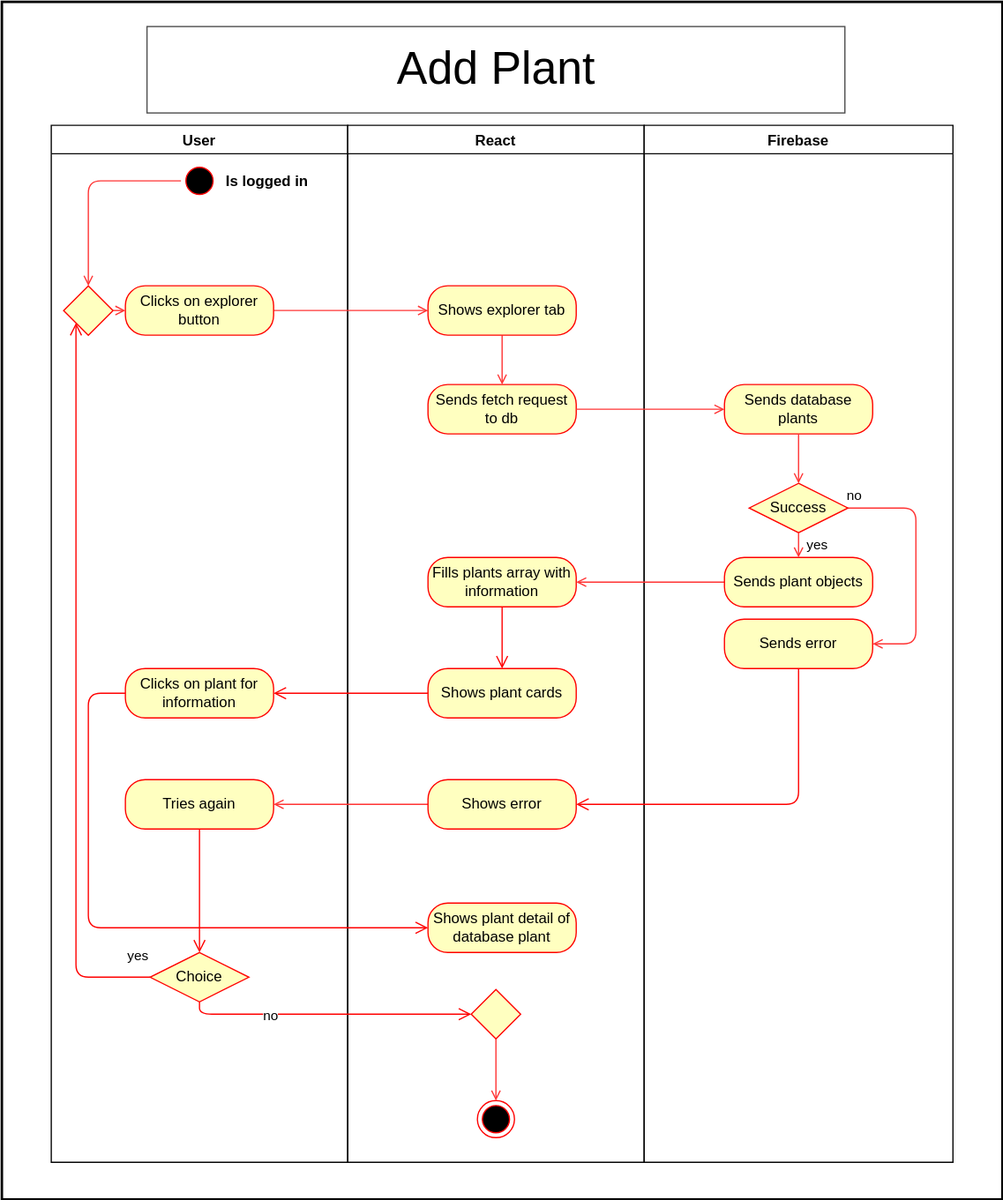
Above: docs/assets/svg/useCaseDiagrams/explorePlants.drawio.svg in Green-Fingers-App/gardeningApp (draw.io), before the change. Source tidied: cells renumbered, new cells last; positions are measured from the earlier drawing's top-left corner, leaving out a move shared by most shapes. The source it was exported from:
```xml
<mxGraphModel>
  <root>
    <mxCell id="0" />
    <mxCell id="1" parent="0" />
    <mxCell id="2" style="rounded=0;whiteSpace=wrap;html=1;strokeColor=#000000;fillColor=#FFFFFF;strokeWidth=2;" parent="1" vertex="1">
      <mxGeometry width="810" height="970" as="geometry" />
    </mxCell>
    <mxCell id="3" value="User" style="swimlane;strokeColor=#050505;fillColor=#FFFFFF;fontColor=#000000;" parent="1" vertex="1">
      <mxGeometry x="40" y="100" width="240" height="840" as="geometry" />
    </mxCell>
    <mxCell id="4" style="ellipse;html=1;shape=startState;fillColor=#000000;strokeColor=#ff0000;fontColor=#050505;" parent="3" vertex="1">
      <mxGeometry x="105" y="30" width="30" height="30" as="geometry" />
    </mxCell>
    <mxCell id="5" value="Is logged in" style="text;align=center;fontStyle=1;verticalAlign=middle;spacingLeft=3;spacingRight=3;strokeColor=none;" parent="3" vertex="1">
      <mxGeometry x="135" y="32" width="80" height="26" as="geometry" />
    </mxCell>
    <mxCell id="6" style="rhombus;whiteSpace=wrap;html=1;fillColor=#ffffc0;strokeColor=#ff0000;" parent="3" vertex="1">
      <mxGeometry x="10" y="130" width="40" height="40" as="geometry" />
    </mxCell>
    <mxCell id="7" value="Clicks on plant for information" style="rounded=1;whiteSpace=wrap;html=1;arcSize=40;fontColor=#000000;fillColor=#ffffc0;strokeColor=#ff0000;" parent="3" vertex="1">
      <mxGeometry x="60" y="440" width="120" height="40" as="geometry" />
    </mxCell>
    <mxCell id="8" style="edgeStyle=none;html=1;entryX=0.5;entryY=0;entryDx=0;entryDy=0;strokeColor=#FF3333;endArrow=open;endFill=0;" parent="3" edge="1" source="4" target="6">
      <mxGeometry relative="1" as="geometry">
        <Array as="points">
          <mxPoint x="30" y="45" />
        </Array>
      </mxGeometry>
    </mxCell>
    <mxCell id="9" value="React" style="swimlane;strokeColor=#050505;fillColor=#FFFFFF;fontColor=#050505;startSize=23;" parent="1" vertex="1">
      <mxGeometry x="280" y="100" width="240" height="840" as="geometry" />
    </mxCell>
    <mxCell id="10" style="rounded=0;whiteSpace=wrap;html=1;strokeColor=#FFFFFF;fillColor=#FFFFFF;" parent="9" vertex="1">
      <mxGeometry x="30" y="80" width="120" height="60" as="geometry" />
    </mxCell>
    <mxCell id="11" style="ellipse;html=1;shape=endState;fillColor=#000000;strokeColor=#ff0000;fontColor=#050505;" parent="9" vertex="1">
      <mxGeometry x="105" y="790" width="30" height="30" as="geometry" />
    </mxCell>
    <mxCell id="12" value="Sends fetch request to db" style="rounded=1;whiteSpace=wrap;html=1;arcSize=40;fontColor=#000000;fillColor=#ffffc0;strokeColor=#ff0000;" parent="9" vertex="1">
      <mxGeometry x="65" y="210" width="120" height="40" as="geometry" />
    </mxCell>
    <mxCell id="13" value="Shows plant cards" style="rounded=1;whiteSpace=wrap;html=1;arcSize=40;fontColor=#000000;fillColor=#ffffc0;strokeColor=#ff0000;" parent="9" vertex="1">
      <mxGeometry x="65" y="440" width="120" height="40" as="geometry" />
    </mxCell>
    <mxCell id="14" value="Shows plant detail of database plant" style="rounded=1;whiteSpace=wrap;html=1;arcSize=40;fontColor=#000000;fillColor=#ffffc0;strokeColor=#ff0000;" parent="9" vertex="1">
      <mxGeometry x="65" y="630" width="120" height="40" as="geometry" />
    </mxCell>
    <mxCell id="15" value="Fills plants array with information" style="rounded=1;whiteSpace=wrap;html=1;arcSize=40;fontColor=#000000;fillColor=#ffffc0;strokeColor=#ff0000;" parent="9" vertex="1">
      <mxGeometry x="65" y="350" width="120" height="40" as="geometry" />
    </mxCell>
    <mxCell id="16" style="edgeStyle=orthogonalEdgeStyle;html=1;verticalAlign=bottom;endArrow=open;endSize=8;strokeColor=#ff0000;" parent="9" edge="1" source="15" target="13">
      <mxGeometry relative="1" as="geometry" />
    </mxCell>
    <mxCell id="17" style="edgeStyle=none;html=1;strokeColor=#FF3333;endArrow=open;endFill=0;" parent="9" edge="1" source="18" target="11">
      <mxGeometry relative="1" as="geometry" />
    </mxCell>
    <mxCell id="18" style="rhombus;whiteSpace=wrap;html=1;fillColor=#ffffc0;strokeColor=#ff0000;" parent="9" vertex="1">
      <mxGeometry x="100" y="700" width="40" height="40" as="geometry" />
    </mxCell>
    <mxCell id="19" value="Firebase" style="swimlane;strokeColor=#050505;fillColor=#FFFFFF;fontColor=#050505;" parent="1" vertex="1">
      <mxGeometry x="520" y="100" width="250" height="840" as="geometry" />
    </mxCell>
    <mxCell id="20" value="Sends database plants" style="rounded=1;whiteSpace=wrap;html=1;arcSize=40;fontColor=#000000;fillColor=#ffffc0;strokeColor=#ff0000;" parent="19" vertex="1">
      <mxGeometry x="65" y="210" width="120" height="40" as="geometry" />
    </mxCell>
    <mxCell id="21" value="no" style="edgeStyle=none;html=1;entryX=1;entryY=0.5;entryDx=0;entryDy=0;strokeColor=#FF3333;endArrow=open;endFill=0;" parent="19" edge="1" source="22" target="24">
      <mxGeometry x="-0.95" y="10" relative="1" as="geometry">
        <Array as="points">
          <mxPoint x="220" y="310" />
          <mxPoint x="220" y="420" />
        </Array>
      </mxGeometry>
    </mxCell>
    <mxCell id="22" value="Success" style="rhombus;whiteSpace=wrap;html=1;fillColor=#ffffc0;strokeColor=#ff0000;" parent="19" vertex="1">
      <mxGeometry x="85" y="290" width="80" height="40" as="geometry" />
    </mxCell>
    <mxCell id="23" style="edgeStyle=none;html=1;strokeColor=#FF3333;endArrow=open;endFill=0;" parent="19" edge="1" source="20" target="22">
      <mxGeometry relative="1" as="geometry" />
    </mxCell>
    <mxCell id="24" value="Sends error" style="rounded=1;whiteSpace=wrap;html=1;arcSize=40;fontColor=#000000;fillColor=#ffffc0;strokeColor=#ff0000;" parent="19" vertex="1">
      <mxGeometry x="65" y="400" width="120" height="40" as="geometry" />
    </mxCell>
    <mxCell id="25" value="&lt;font style=&quot;background-color: rgb(255, 255, 255); font-size: 37px;&quot; color=&quot;#000000&quot;&gt;Add Plant&lt;/font&gt;" style="rounded=0;whiteSpace=wrap;html=1;fillColor=#FFFFFF;strokeColor=#4D4D4D;" parent="1" vertex="1">
      <mxGeometry x="117.5" y="20" width="565" height="70" as="geometry" />
    </mxCell>
    <mxCell id="26" style="edgeStyle=none;html=1;strokeColor=#FF3333;endArrow=open;endFill=0;" parent="1" edge="1" source="27" target="29">
      <mxGeometry relative="1" as="geometry" />
    </mxCell>
    <mxCell id="27" value="Clicks on explorer button" style="rounded=1;whiteSpace=wrap;html=1;arcSize=40;fontColor=#000000;fillColor=#ffffc0;strokeColor=#ff0000;" parent="1" vertex="1">
      <mxGeometry x="100" y="230" width="120" height="40" as="geometry" />
    </mxCell>
    <mxCell id="28" style="edgeStyle=none;html=1;strokeColor=#FF3333;endArrow=open;endFill=0;" parent="1" edge="1" source="29" target="12">
      <mxGeometry relative="1" as="geometry" />
    </mxCell>
    <mxCell id="29" value="Shows explorer tab" style="rounded=1;whiteSpace=wrap;html=1;arcSize=40;fontColor=#000000;fillColor=#ffffc0;strokeColor=#ff0000;" parent="1" vertex="1">
      <mxGeometry x="345" y="230" width="120" height="40" as="geometry" />
    </mxCell>
    <mxCell id="30" style="edgeStyle=none;html=1;strokeColor=#FF3333;endArrow=open;endFill=0;" parent="1" edge="1" source="12" target="20">
      <mxGeometry relative="1" as="geometry" />
    </mxCell>
    <mxCell id="31" style="edgeStyle=orthogonalEdgeStyle;html=1;verticalAlign=bottom;endArrow=open;endSize=8;strokeColor=#ff0000;entryX=1;entryY=0.5;entryDx=0;entryDy=0;" parent="1" edge="1" source="13" target="7">
      <mxGeometry relative="1" as="geometry">
        <Array as="points">
          <mxPoint x="410" y="560" />
        </Array>
      </mxGeometry>
    </mxCell>
    <mxCell id="32" style="edgeStyle=orthogonalEdgeStyle;html=1;verticalAlign=bottom;endArrow=open;endSize=8;strokeColor=#ff0000;entryX=0;entryY=0.5;entryDx=0;entryDy=0;" parent="1" edge="1" source="7" target="14">
      <mxGeometry relative="1" as="geometry">
        <Array as="points">
          <mxPoint x="70" y="560" />
          <mxPoint x="70" y="750" />
        </Array>
      </mxGeometry>
    </mxCell>
    <mxCell id="33" style="edgeStyle=none;html=1;entryX=1;entryY=0.5;entryDx=0;entryDy=0;strokeColor=#FF3333;endArrow=open;endFill=0;" parent="1" edge="1" source="34" target="15">
      <mxGeometry relative="1" as="geometry" />
    </mxCell>
    <mxCell id="34" value="Sends plant objects" style="rounded=1;whiteSpace=wrap;html=1;arcSize=40;fontColor=#000000;fillColor=#ffffc0;strokeColor=#ff0000;" parent="1" vertex="1">
      <mxGeometry x="585" y="450" width="120" height="40" as="geometry" />
    </mxCell>
    <mxCell id="35" style="edgeStyle=orthogonalEdgeStyle;html=1;verticalAlign=bottom;endArrow=open;endSize=8;strokeColor=#ff0000;" parent="1" edge="1" source="24" target="38">
      <mxGeometry relative="1" as="geometry">
        <Array as="points">
          <mxPoint x="645" y="650" />
        </Array>
      </mxGeometry>
    </mxCell>
    <mxCell id="36" value="yes" style="edgeStyle=none;html=1;strokeColor=#FF3333;endArrow=open;endFill=0;" parent="1" edge="1" source="22" target="34">
      <mxGeometry y="15" relative="1" as="geometry">
        <Array as="points">
          <mxPoint x="645" y="440" />
        </Array>
      </mxGeometry>
    </mxCell>
    <mxCell id="37" style="edgeStyle=none;html=1;entryX=1;entryY=0.5;entryDx=0;entryDy=0;strokeColor=#FF3333;endArrow=open;endFill=0;" parent="1" edge="1" source="38" target="39">
      <mxGeometry relative="1" as="geometry" />
    </mxCell>
    <mxCell id="38" value="Shows error" style="rounded=1;whiteSpace=wrap;html=1;arcSize=40;fontColor=#000000;fillColor=#ffffc0;strokeColor=#ff0000;" parent="1" vertex="1">
      <mxGeometry x="345" y="630" width="120" height="40" as="geometry" />
    </mxCell>
    <mxCell id="39" value="Tries again" style="rounded=1;whiteSpace=wrap;html=1;arcSize=40;fontColor=#000000;fillColor=#ffffc0;strokeColor=#ff0000;" parent="1" vertex="1">
      <mxGeometry x="100" y="630" width="120" height="40" as="geometry" />
    </mxCell>
    <mxCell id="40" style="edgeStyle=orthogonalEdgeStyle;html=1;verticalAlign=bottom;endArrow=open;endSize=8;strokeColor=#ff0000;" parent="1" edge="1" source="39" target="41">
      <mxGeometry relative="1" as="geometry" />
    </mxCell>
    <mxCell id="41" value="Choice" style="rhombus;whiteSpace=wrap;html=1;fillColor=#ffffc0;strokeColor=#ff0000;" parent="1" vertex="1">
      <mxGeometry x="120" y="770" width="80" height="40" as="geometry" />
    </mxCell>
    <mxCell id="42" value="no" style="edgeStyle=orthogonalEdgeStyle;html=1;align=left;verticalAlign=bottom;endArrow=open;endSize=8;strokeColor=#ff0000;entryX=0;entryY=0.5;entryDx=0;entryDy=0;" parent="1" edge="1" source="41" target="18">
      <mxGeometry x="-0.48" y="-10" relative="1" as="geometry">
        <Array as="points">
          <mxPoint x="160" y="820" />
        </Array>
      </mxGeometry>
    </mxCell>
    <mxCell id="43" value="yes" style="edgeStyle=orthogonalEdgeStyle;html=1;align=left;verticalAlign=top;endArrow=open;endSize=8;strokeColor=#ff0000;" parent="1" edge="1" source="41" target="6">
      <mxGeometry x="-0.93" y="-30" relative="1" as="geometry">
        <Array as="points">
          <mxPoint x="60" y="790" />
        </Array>
      </mxGeometry>
    </mxCell>
    <mxCell id="44" style="edgeStyle=none;html=1;strokeColor=#FF3333;endArrow=open;endFill=0;" parent="1" edge="1" source="6" target="27">
      <mxGeometry relative="1" as="geometry" />
    </mxCell>
  </root>
</mxGraphModel>
```
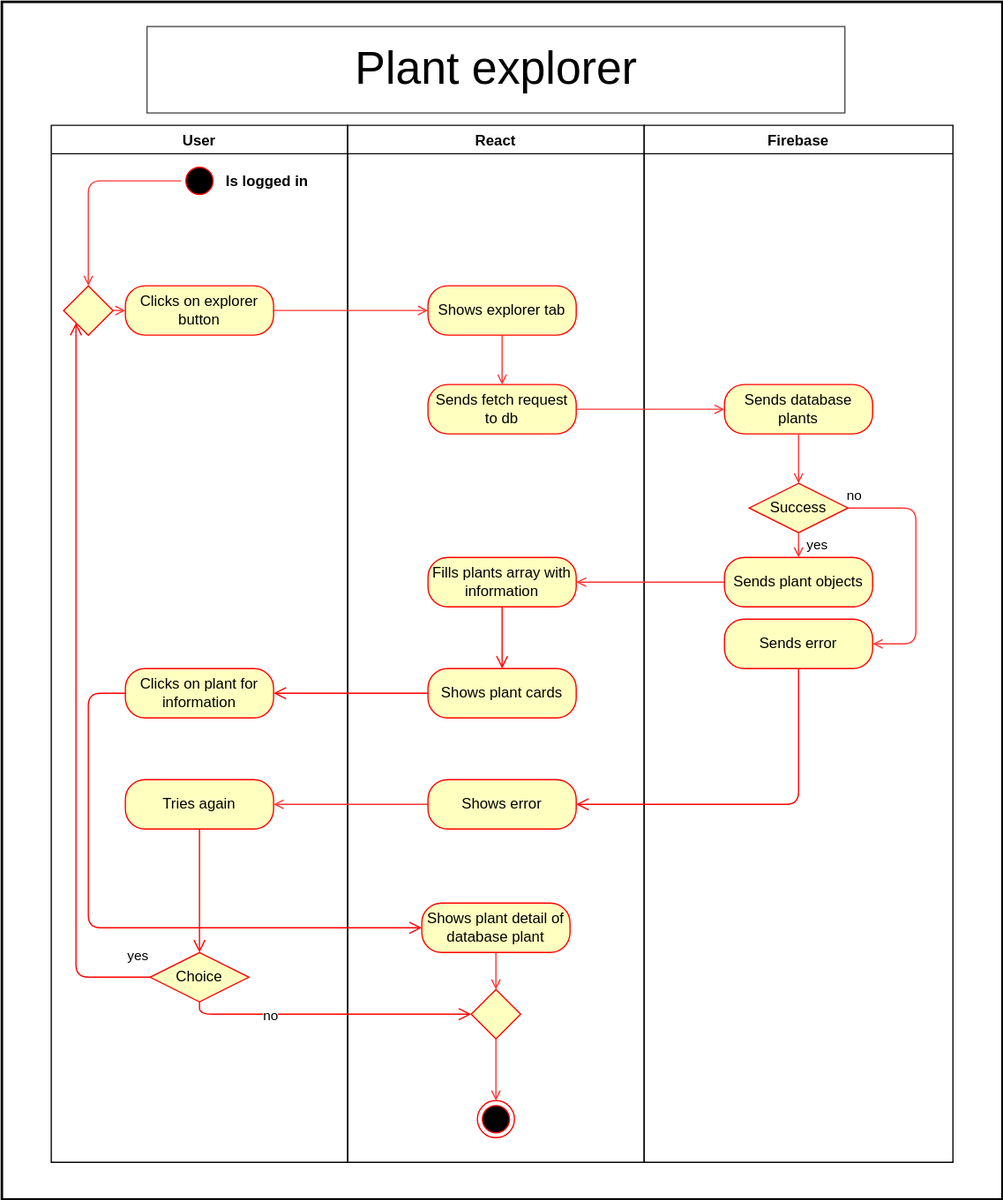
The same diagram one commit later.

Commit message:
update explore plants

Diff of the diagram source:
```diff
@@ -42,8 +42,11 @@
     <mxCell id="13" value="Shows plant cards" style="rounded=1;whiteSpace=wrap;html=1;arcSize=40;fontColor=#000000;fillColor=#ffffc0;strokeColor=#ff0000;" parent="9" vertex="1">
       <mxGeometry x="65" y="440" width="120" height="40" as="geometry" />
     </mxCell>
+    <mxCell id="45" style="edgeStyle=none;html=1;strokeColor=#FF3333;endArrow=open;endFill=0;" parent="9" edge="1" source="14" target="18">
+      <mxGeometry relative="1" as="geometry" />
+    </mxCell>
     <mxCell id="14" value="Shows plant detail of database plant" style="rounded=1;whiteSpace=wrap;html=1;arcSize=40;fontColor=#000000;fillColor=#ffffc0;strokeColor=#ff0000;" parent="9" vertex="1">
-      <mxGeometry x="65" y="630" width="120" height="40" as="geometry" />
+      <mxGeometry x="60" y="630" width="120" height="40" as="geometry" />
     </mxCell>
     <mxCell id="15" value="Fills plants array with information" style="rounded=1;whiteSpace=wrap;html=1;arcSize=40;fontColor=#000000;fillColor=#ffffc0;strokeColor=#ff0000;" parent="9" vertex="1">
       <mxGeometry x="65" y="350" width="120" height="40" as="geometry" />
@@ -80,7 +83,7 @@
     <mxCell id="24" value="Sends error" style="rounded=1;whiteSpace=wrap;html=1;arcSize=40;fontColor=#000000;fillColor=#ffffc0;strokeColor=#ff0000;" parent="19" vertex="1">
       <mxGeometry x="65" y="400" width="120" height="40" as="geometry" />
     </mxCell>
-    <mxCell id="25" value="&lt;font style=&quot;background-color: rgb(255, 255, 255); font-size: 37px;&quot; color=&quot;#000000&quot;&gt;Add Plant&lt;/font&gt;" style="rounded=0;whiteSpace=wrap;html=1;fillColor=#FFFFFF;strokeColor=#4D4D4D;" parent="1" vertex="1">
+    <mxCell id="25" value="&lt;font style=&quot;background-color: rgb(255, 255, 255); font-size: 37px;&quot; color=&quot;#000000&quot;&gt;Plant explorer&lt;/font&gt;" style="rounded=0;whiteSpace=wrap;html=1;fillColor=#FFFFFF;strokeColor=#4D4D4D;" parent="1" vertex="1">
       <mxGeometry x="117.5" y="20" width="565" height="70" as="geometry" />
     </mxCell>
     <mxCell id="26" style="edgeStyle=none;html=1;strokeColor=#FF3333;endArrow=open;endFill=0;" parent="1" edge="1" source="27" target="29">
```
